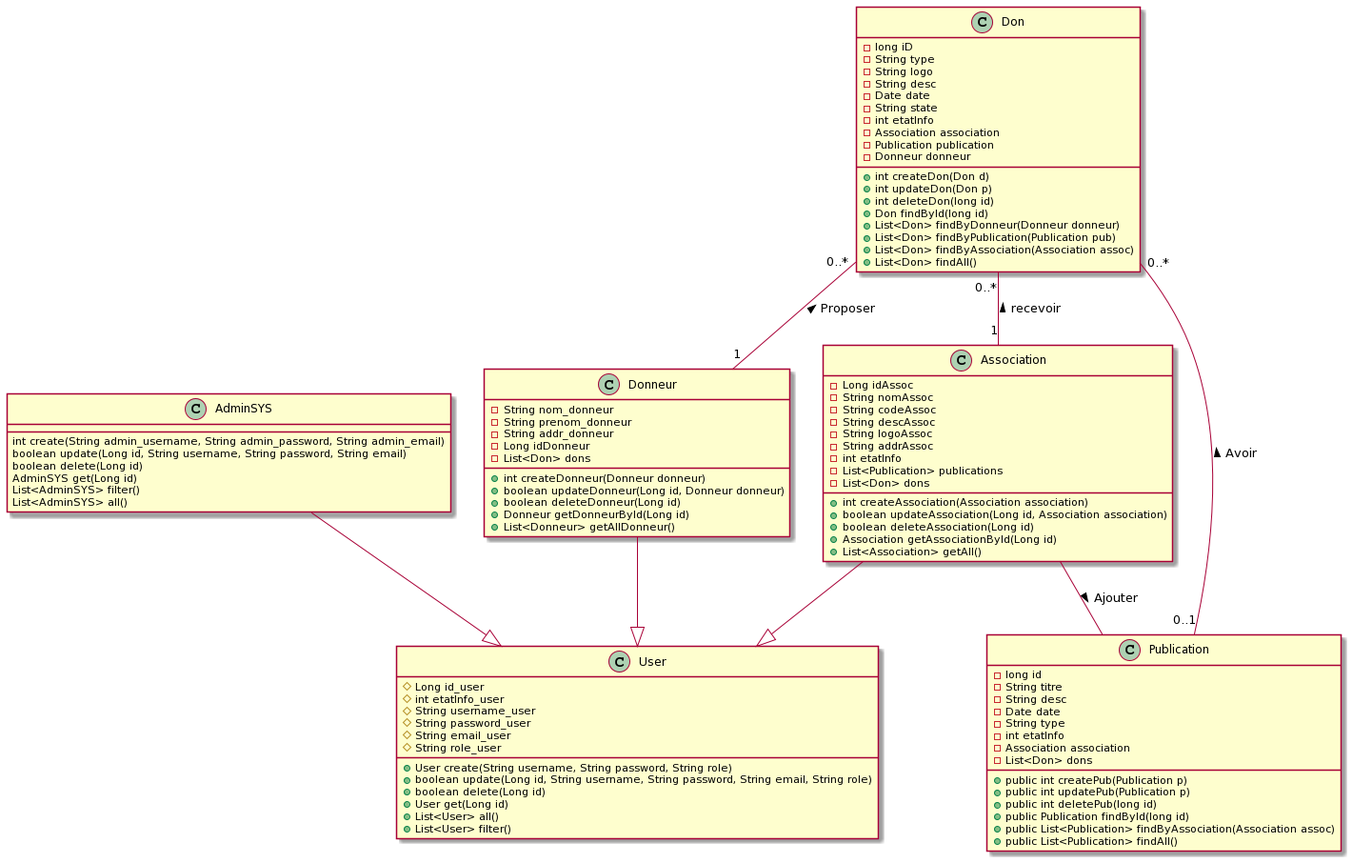
Above: src/main/resources/Conception/PlantUML/DCL.png in RidaTazi/WeShare-Maven (PlantUML), before the change.
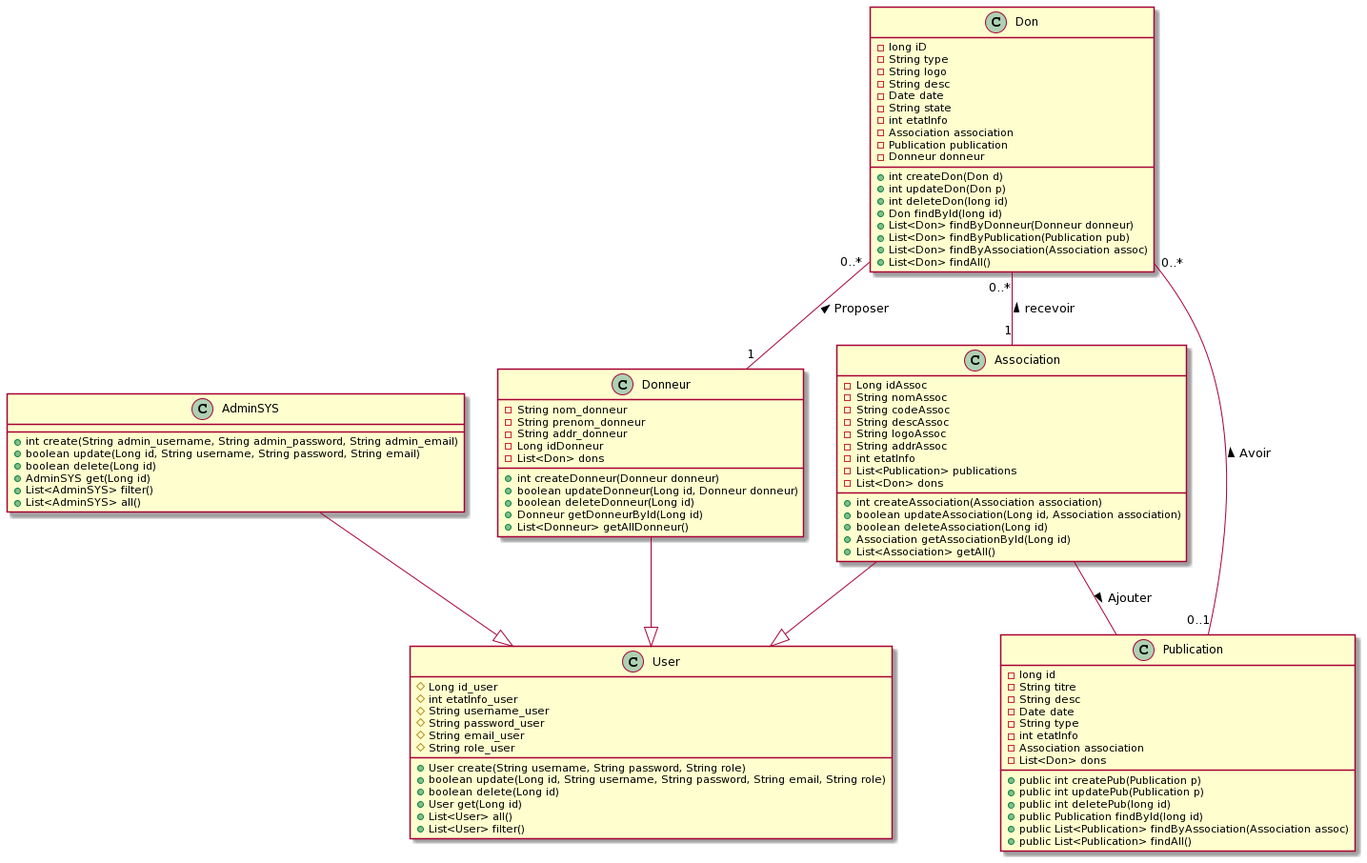
The same file after the commit.

Diff of the diagram source:
```diff
@@ -30,12 +30,12 @@
     +List<User> filter()
 }
 class AdminSYS {
-    int create(String admin_username, String admin_password, String admin_email)
-    boolean update(Long id, String username, String password, String email)
-    boolean delete(Long id)
-    AdminSYS get(Long id)
-    List<AdminSYS> filter()
-    List<AdminSYS> all()
+    +int create(String admin_username, String admin_password, String admin_email)
+    +boolean update(Long id, String username, String password, String email)
+    +boolean delete(Long id)
+    +AdminSYS get(Long id)
+    +List<AdminSYS> filter()
+    +List<AdminSYS> all()
 }
 class Donneur{
     -String nom_donneur
```
